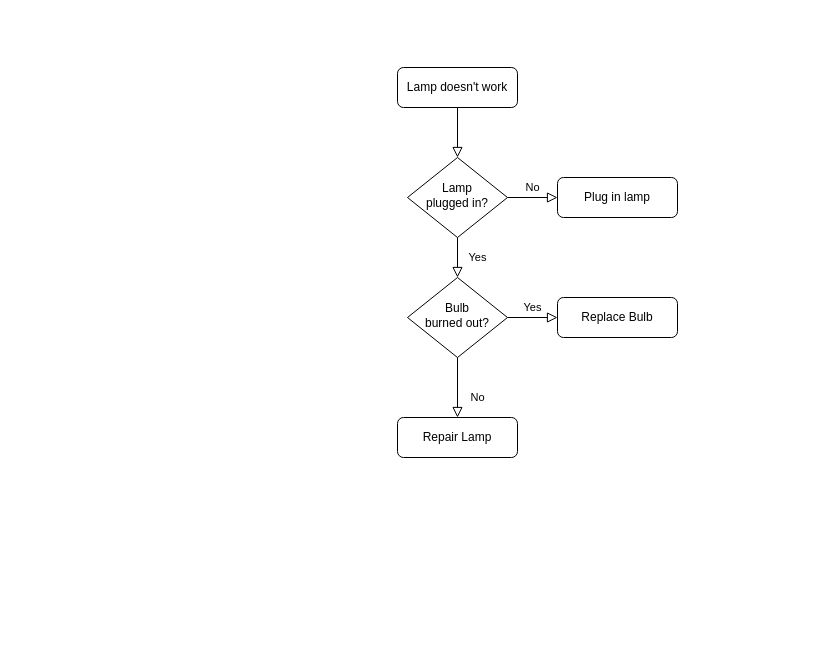
The draw.io diagram 제목 없는 다이어그램.drawio in mojadol2024/mojadol-FE, before the edit. Source tidied: cells renumbered, new cells numbered last; positions are measured from the earlier drawing's top-left corner, leaving out a move shared by most shapes. Both pictures are drawn from the tidied source at 100%, with x=0, y=0 at pixel (397, 67).
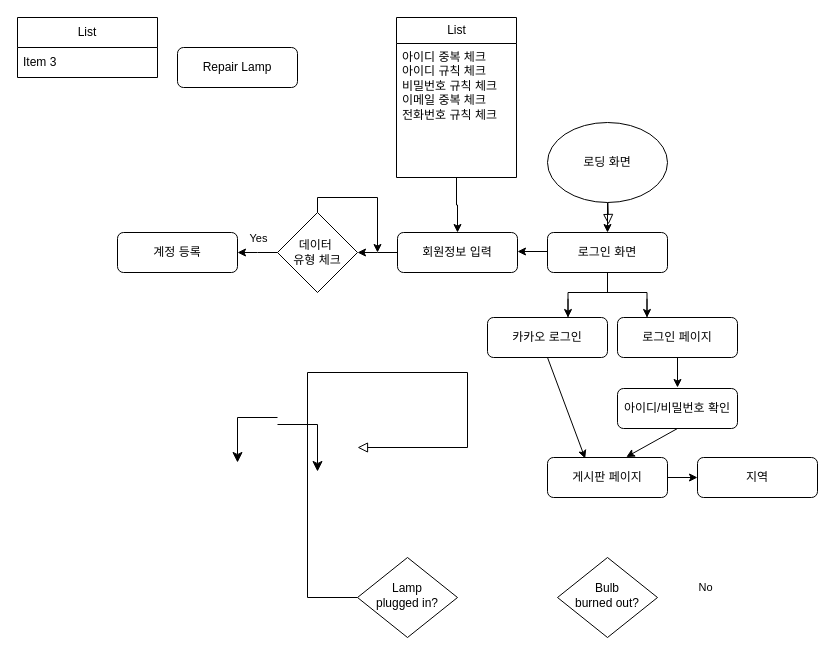
After the change.

Diff of the diagram source:
```diff
@@
-    <mxCell id="2" style="rounded=0;html=1;jettySize=auto;fontSize=11;endArrow=block;endFill=0;endSize=8;strokeWidth=1;shadow=0;labelBackgroundColor=none;edgeStyle=orthogonalEdgeStyle;" parent="1" edge="1" source="3" target="6">
-      <mxGeometry relative="1" as="geometry" />
-    </mxCell>
-    <mxCell id="3" value="Lamp doesn't work" style="rounded=1;whiteSpace=wrap;html=1;fontSize=12;glass=0;strokeWidth=1;shadow=0;" parent="1" vertex="1">
-      <mxGeometry width="120" height="40" as="geometry" />
+    <mxCell id="3" value="로그인 화면" style="rounded=1;whiteSpace=wrap;html=1;fontSize=12;glass=0;strokeWidth=1;shadow=0;" parent="1" vertex="1">
+      <mxGeometry x="150" y="165" width="120" height="40" as="geometry" />
     </mxCell>
-    <mxCell id="4" value="Yes" style="rounded=0;html=1;jettySize=auto;fontSize=11;endArrow=block;endFill=0;endSize=8;strokeWidth=1;shadow=0;labelBackgroundColor=none;edgeStyle=orthogonalEdgeStyle;" parent="1" edge="1" source="6" target="10">
-      <mxGeometry y="20" relative="1" as="geometry" />
-    </mxCell>
-    <mxCell id="5" value="No" style="edgeStyle=orthogonalEdgeStyle;rounded=0;html=1;jettySize=auto;fontSize=11;endArrow=block;endFill=0;endSize=8;strokeWidth=1;shadow=0;labelBackgroundColor=none;" parent="1" edge="1" source="6" target="7">
-      <mxGeometry y="10" relative="1" as="geometry" />
+    <mxCell id="5" value="No" style="edgeStyle=orthogonalEdgeStyle;rounded=0;html=1;jettySize=auto;fontSize=11;endArrow=block;endFill=0;endSize=8;strokeWidth=1;shadow=0;labelBackgroundColor=none;" parent="1" edge="1" source="6">
+      <mxGeometry x="0.65" y="278" relative="1" as="geometry">
+        <mxPoint x="-40" y="380" as="targetPoint" />
+        <Array as="points">
+          <mxPoint x="-90" y="530" />
+          <mxPoint x="-90" y="305" />
+          <mxPoint x="70" y="305" />
+        </Array>
+        <mxPoint x="240" y="-138" as="offset" />
+      </mxGeometry>
     </mxCell>
     <mxCell id="6" value="Lamp&lt;br&gt;plugged in?" style="rhombus;whiteSpace=wrap;html=1;shadow=0;fontFamily=Helvetica;fontSize=12;align=center;strokeWidth=1;spacing=6;spacingTop=-4;" parent="1" vertex="1">
-      <mxGeometry x="10" y="90" width="100" height="80" as="geometry" />
+      <mxGeometry x="-40" y="490" width="100" height="80" as="geometry" />
     </mxCell>
-    <mxCell id="7" value="Plug in lamp" style="rounded=1;whiteSpace=wrap;html=1;fontSize=12;glass=0;strokeWidth=1;shadow=0;" parent="1" vertex="1">
-      <mxGeometry x="160" y="110" width="120" height="40" as="geometry" />
+    <mxCell id="7" value="회원정보 입력" style="rounded=1;whiteSpace=wrap;html=1;fontSize=12;glass=0;strokeWidth=1;shadow=0;" parent="1" vertex="1">
+      <mxGeometry y="165" width="120" height="40" as="geometry" />
     </mxCell>
-    <mxCell id="8" value="No" style="rounded=0;html=1;jettySize=auto;fontSize=11;endArrow=block;endFill=0;endSize=8;strokeWidth=1;shadow=0;labelBackgroundColor=none;edgeStyle=orthogonalEdgeStyle;" parent="1" edge="1" source="10" target="11">
-      <mxGeometry x="0.33" y="20" relative="1" as="geometry" />
-    </mxCell>
-    <mxCell id="9" value="Yes" style="edgeStyle=orthogonalEdgeStyle;rounded=0;html=1;jettySize=auto;fontSize=11;endArrow=block;endFill=0;endSize=8;strokeWidth=1;shadow=0;labelBackgroundColor=none;" parent="1" edge="1" source="10" target="12">
-      <mxGeometry y="10" relative="1" as="geometry" />
+    <mxCell id="9" value="Yes" style="edgeStyle=orthogonalEdgeStyle;rounded=0;html=1;jettySize=auto;orthogonalLoop=1;fontSize=11;endArrow=block;endFill=0;endSize=8;strokeWidth=1;shadow=0;labelBackgroundColor=none;exitX=1;exitY=1;exitDx=0;exitDy=0;entryX=0.5;entryY=0;entryDx=0;entryDy=0;" parent="1" edge="1">
+      <mxGeometry x="1" y="-350" relative="1" as="geometry">
+        <mxPoint x="210.2" y="127" as="sourcePoint" />
+        <mxPoint x="211" y="157" as="targetPoint" />
+        <mxPoint y="5" as="offset" />
+      </mxGeometry>
     </mxCell>
     <mxCell id="10" value="Bulb&lt;br&gt;burned out?" style="rhombus;whiteSpace=wrap;html=1;shadow=0;fontFamily=Helvetica;fontSize=12;align=center;strokeWidth=1;spacing=6;spacingTop=-4;" parent="1" vertex="1">
-      <mxGeometry x="10" y="210" width="100" height="80" as="geometry" />
+      <mxGeometry x="160" y="490" width="100" height="80" as="geometry" />
     </mxCell>
     <mxCell id="11" value="Repair Lamp" style="rounded=1;whiteSpace=wrap;html=1;fontSize=12;glass=0;strokeWidth=1;shadow=0;" parent="1" vertex="1">
-      <mxGeometry y="350" width="120" height="40" as="geometry" />
+      <mxGeometry x="-220" y="-20" width="120" height="40" as="geometry" />
     </mxCell>
-    <mxCell id="12" value="Replace Bulb" style="rounded=1;whiteSpace=wrap;html=1;fontSize=12;glass=0;strokeWidth=1;shadow=0;" parent="1" vertex="1">
-      <mxGeometry x="160" y="230" width="120" height="40" as="geometry" />
+    <mxCell id="12" value="카카오 로그인" style="rounded=1;whiteSpace=wrap;html=1;fontSize=12;glass=0;strokeWidth=1;shadow=0;" parent="1" vertex="1">
+      <mxGeometry x="90" y="250" width="120" height="40" as="geometry" />
     </mxCell>
+    <mxCell id="13" style="edgeStyle=orthogonalEdgeStyle;rounded=0;jettySize=auto;html=1;" parent="1" edge="1" source="14" target="3">
+      <mxGeometry relative="1" as="geometry" />
+    </mxCell>
+    <mxCell id="14" value="로딩 화면" style="ellipse;whiteSpace=wrap;html=1;" parent="1" vertex="1">
+      <mxGeometry x="150" y="55" width="120" height="80" as="geometry" />
+    </mxCell>
+    <mxCell id="15" style="edgeStyle=orthogonalEdgeStyle;rounded=0;orthogonalLoop=1;jettySize=auto;html=1;exitX=0;exitY=0.75;exitDx=0;exitDy=0;" parent="1" edge="1">
+      <mxGeometry relative="1" as="geometry">
+        <mxPoint x="150" y="179" as="sourcePoint" />
+        <mxPoint x="120" y="184" as="targetPoint" />
+        <Array as="points">
+          <mxPoint x="150" y="184" />
+        </Array>
+      </mxGeometry>
+    </mxCell>
+    <mxCell id="16" style="edgeStyle=orthogonalEdgeStyle;rounded=0;jettySize=auto;html=1;entryX=0.5;entryY=0;entryDx=0;entryDy=0;" parent="1" edge="1" source="17" target="7">
+      <mxGeometry relative="1" as="geometry" />
+    </mxCell>
+    <mxCell id="17" value="List" style="swimlane;fontStyle=0;horizontal=1;startSize=26;fillColor=none;html=1;" parent="1" vertex="1">
+      <mxGeometry x="-1" y="-50" width="120" height="160" as="geometry" />
+    </mxCell>
+    <mxCell id="18" value="&lt;span style=&quot;background-color: initial;&quot;&gt;아이디 중복 체크&lt;/span&gt;&lt;br&gt;&lt;span style=&quot;background-color: initial;&quot;&gt;아이디 규칙 체크&lt;/span&gt;&lt;br&gt;&lt;span style=&quot;background-color: initial;&quot;&gt;비밀번호 규칙 체크&lt;/span&gt;&lt;br&gt;&lt;span style=&quot;background-color: initial;&quot;&gt;이메일 중복 체크&lt;/span&gt;&lt;br&gt;&lt;span style=&quot;background-color: initial;&quot;&gt;전화번호 규칙 체크&lt;/span&gt;" style="text;strokeColor=none;fillColor=none;align=left;verticalAlign=top;spacingLeft=4;spacingRight=4;overflow=hidden;whiteSpace=wrap;html=1;" parent="17" vertex="1">
+      <mxGeometry y="26" width="120" height="134" as="geometry" />
+    </mxCell>
+    <mxCell id="19" value="List" style="swimlane;fontStyle=0;horizontal=1;startSize=30;whiteSpace=wrap;html=1;" parent="1" vertex="1">
+      <mxGeometry x="-380" y="-50" width="140" height="60" as="geometry" />
+    </mxCell>
+    <mxCell id="20" value="Item 3" style="text;strokeColor=none;fillColor=none;align=left;verticalAlign=middle;spacingLeft=4;spacingRight=4;overflow=hidden;whiteSpace=wrap;html=1;" parent="19" vertex="1">
+      <mxGeometry y="30" width="140" height="30" as="geometry" />
+    </mxCell>
+    <mxCell id="21" style="edgeStyle=orthogonalEdgeStyle;rounded=0;jettySize=auto;html=1;exitX=0;exitY=0.5;exitDx=0;exitDy=0;" parent="1" edge="1" source="7">
+      <mxGeometry relative="1" as="geometry">
+        <mxPoint x="-40" y="185" as="targetPoint" />
+      </mxGeometry>
+    </mxCell>
+    <mxCell id="22" style="edgeStyle=orthogonalEdgeStyle;rounded=0;jettySize=auto;html=1;" parent="1" edge="1" source="23">
+      <mxGeometry relative="1" as="geometry">
+        <mxPoint x="-160" y="185" as="targetPoint" />
+      </mxGeometry>
+    </mxCell>
+    <mxCell id="23" value="데이터&amp;nbsp;&lt;div&gt;&lt;span style=&quot;background-color: initial;&quot;&gt;유형 체크&lt;/span&gt;&lt;/div&gt;" style="rhombus;whiteSpace=wrap;html=1;" parent="1" vertex="1">
+      <mxGeometry x="-120" y="145" width="80" height="80" as="geometry" />
+    </mxCell>
+    <mxCell id="24" style="edgeStyle=orthogonalEdgeStyle;rounded=0;jettySize=auto;html=1;" parent="1" edge="1" source="23">
+      <mxGeometry relative="1" as="geometry">
+        <mxPoint x="-20" y="185" as="targetPoint" />
+        <Array as="points">
+          <mxPoint x="-80" y="130" />
+          <mxPoint x="-20" y="130" />
+        </Array>
+      </mxGeometry>
+    </mxCell>
+    <mxCell id="25" value="계정 등록" style="rounded=1;whiteSpace=wrap;html=1;fontSize=12;glass=0;strokeWidth=1;shadow=0;" parent="1" vertex="1">
+      <mxGeometry x="-280" y="165" width="120" height="40" as="geometry" />
+    </mxCell>
+    <mxCell id="26" style="edgeStyle=elbowEdgeStyle;elbow=horizontal;endArrow=classic;html=1;curved=0;rounded=0;endSize=8;startSize=8;exitX=0.5;exitY=1;exitDx=0;exitDy=0;" parent="1" edge="1">
+      <mxGeometry relative="1" as="geometry">
+        <mxPoint x="-120" y="357" as="sourcePoint" />
+        <mxPoint x="-80" y="404" as="targetPoint" />
+        <Array as="points">
+          <mxPoint x="-80" y="462" />
+          <mxPoint x="-80" y="452" />
+        </Array>
+      </mxGeometry>
+    </mxCell>
+    <mxCell id="27" style="edgeStyle=elbowEdgeStyle;elbow=horizontal;endArrow=classic;html=1;curved=0;rounded=0;endSize=8;startSize=8;exitX=0.5;exitY=1;exitDx=0;exitDy=0;" parent="1" edge="1">
+      <mxGeometry relative="1" as="geometry">
+        <mxPoint x="-120" y="350" as="sourcePoint" />
+        <mxPoint x="-160" y="395" as="targetPoint" />
+        <Array as="points">
+          <mxPoint x="-160" y="355" />
+        </Array>
+      </mxGeometry>
+    </mxCell>
+    <mxCell id="28" style="shape=partialRectangle;whiteSpace=wrap;html=1;bottom=1;right=1;left=1;top=0;fillColor=none;routingCenterX=-0.5;rotation=-180;" parent="1" vertex="1">
+      <mxGeometry x="170.5" y="225" width="79" height="25" as="geometry" />
+    </mxCell>
+    <mxCell id="29" style="endArrow=classic;html=1;rounded=0;exitX=1;exitY=0.75;exitDx=0;exitDy=0;entryX=1;entryY=0;entryDx=0;entryDy=0;" parent="1" edge="1" source="28" target="28">
+      <mxGeometry relative="1" as="geometry" />
+    </mxCell>
+    <mxCell id="30" style="endArrow=classic;html=1;rounded=0;entryX=0;entryY=0;entryDx=0;entryDy=0;exitX=0;exitY=0.75;exitDx=0;exitDy=0;" parent="1" edge="1" source="28" target="28">
+      <mxGeometry relative="1" as="geometry" />
+    </mxCell>
+    <mxCell id="31" style="endArrow=none;html=1;rounded=0;exitX=0.5;exitY=1;exitDx=0;exitDy=0;entryX=0.5;entryY=1;entryDx=0;entryDy=0;" parent="1" edge="1" source="28" target="3">
+      <mxGeometry relative="1" as="geometry" />
+    </mxCell>
+    <mxCell id="32" value="로그인 페이지" style="rounded=1;whiteSpace=wrap;html=1;fontSize=12;glass=0;strokeWidth=1;shadow=0;" parent="1" vertex="1">
+      <mxGeometry x="220" y="250" width="120" height="40" as="geometry" />
+    </mxCell>
+    <mxCell id="33" style="endArrow=classic;html=1;rounded=0;exitX=0.5;exitY=1;exitDx=0;exitDy=0;" parent="1" edge="1" source="32">
+      <mxGeometry relative="1" as="geometry">
+        <mxPoint x="280" y="320" as="targetPoint" />
+      </mxGeometry>
+    </mxCell>
+    <mxCell id="34" value="아이디/비밀번호 확인" style="rounded=1;whiteSpace=wrap;html=1;fontSize=12;glass=0;strokeWidth=1;shadow=0;" parent="1" vertex="1">
+      <mxGeometry x="220" y="321" width="120" height="40" as="geometry" />
+    </mxCell>
+    <mxCell id="35" style="endArrow=classic;html=1;rounded=0;exitX=0.5;exitY=1;exitDx=0;exitDy=0;entryX=0.314;entryY=0.025;entryDx=0;entryDy=0;entryPerimeter=0;" parent="1" edge="1" source="12" target="37">
+      <mxGeometry relative="1" as="geometry" />
+    </mxCell>
+    <mxCell id="36" style="endArrow=classic;html=1;rounded=0;exitX=0.5;exitY=1;exitDx=0;exitDy=0;entryX=0.657;entryY=-0.013;entryDx=0;entryDy=0;entryPerimeter=0;" parent="1" edge="1" source="34" target="37">
+      <mxGeometry relative="1" as="geometry" />
+    </mxCell>
+    <mxCell id="37" value="게시판 페이지" style="rounded=1;whiteSpace=wrap;html=1;fontSize=12;glass=0;strokeWidth=1;shadow=0;" parent="1" vertex="1">
+      <mxGeometry x="150" y="390" width="120" height="40" as="geometry" />
+    </mxCell>
+    <mxCell id="38" style="endArrow=classic;html=1;rounded=0;exitX=1;exitY=0.5;exitDx=0;exitDy=0;" parent="1" edge="1" source="37">
+      <mxGeometry relative="1" as="geometry">
+        <mxPoint x="300" y="410" as="targetPoint" />
+      </mxGeometry>
+    </mxCell>
+    <mxCell id="39" value="지역" style="rounded=1;whiteSpace=wrap;html=1;fontSize=12;glass=0;strokeWidth=1;shadow=0;" parent="1" vertex="1">
+      <mxGeometry x="300" y="390" width="120" height="40" as="geometry" />
+    </mxCell>
```
